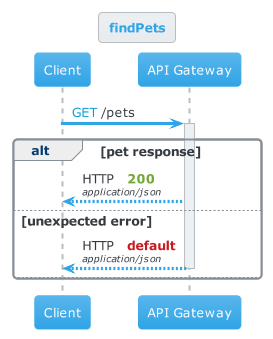
This is getPets-cerulean.png from bschwarz/omskep, a PlantUML export, as it was before one commit.
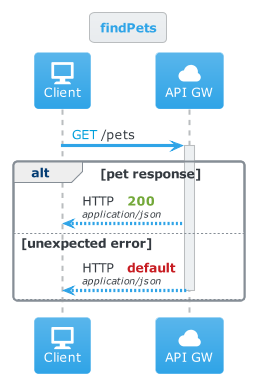
Later version of the same file.

The edit, as a diff of the source:
```diff
@@ -271,8 +271,8 @@
 }
 title findPets
 
-participant "Client" as C
-participant "API Gateway" as G
+participant "<size:32><&monitor>\nClient" as C
+participant "<size:32><&cloud>\nAPI GW" as G
 C->G: <color #009fdb>GET</color> /pets
 activate G
 alt pet response
```
